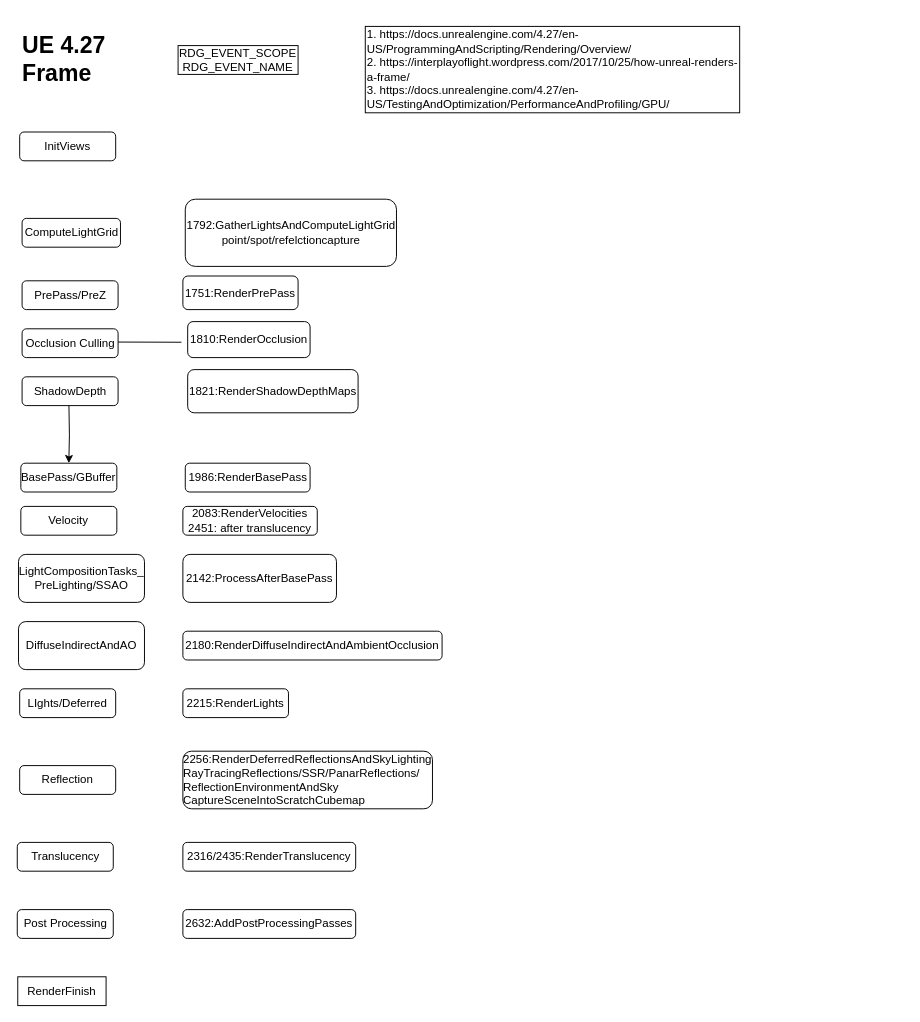
Earlier version of the draw.io diagram UE4Gram.drawio (cedarz/UE4Gram). Source tidied: cells renumbered, new cells numbered last; positions are measured from the earlier drawing's top-left corner, leaving out a move shared by most shapes. Both pictures are drawn from the tidied source at 96%, with x=0, y=0 at pixel (17, 26).
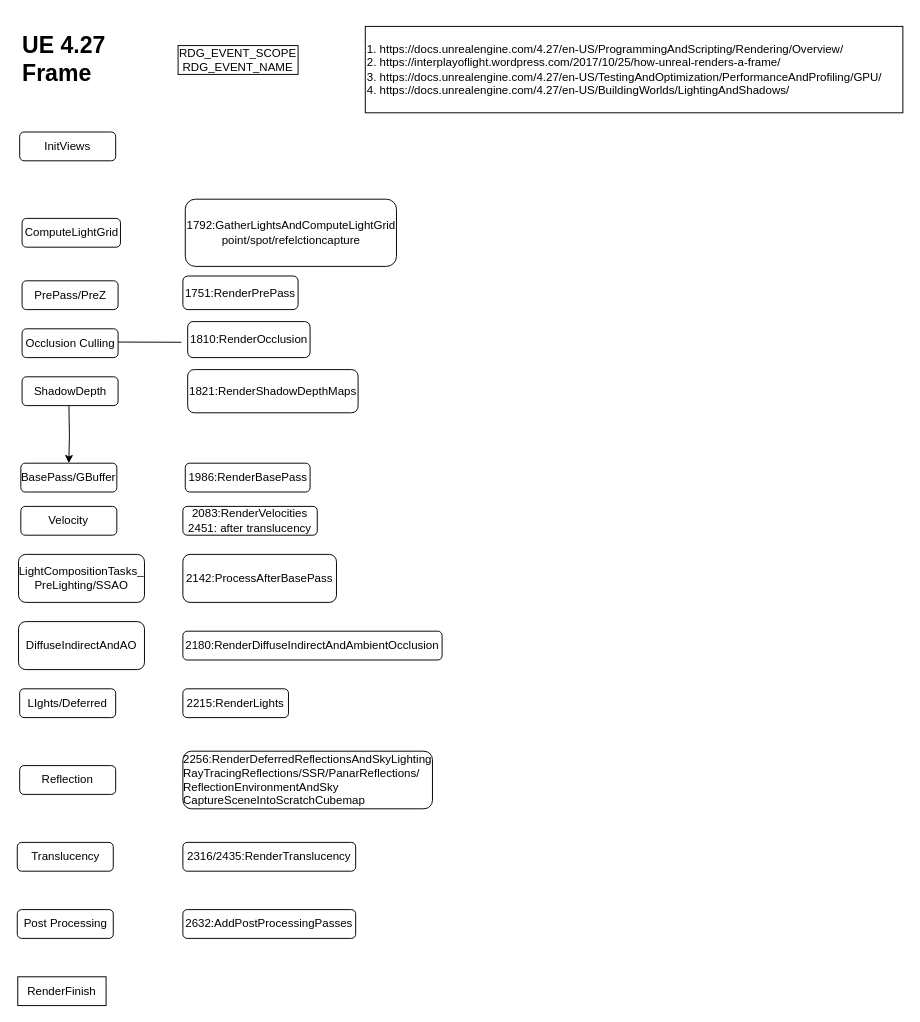
Above is the later version.

Change to the diagram source:
```diff
@@
-    <mxCell id="20" value="1.&amp;nbsp;https://docs.unrealengine.com/4.27/en-US/ProgrammingAndScripting/Rendering/Overview/&lt;br&gt;2.&amp;nbsp;https://interplayoflight.wordpress.com/2017/10/25/how-unreal-renders-a-frame/&lt;br&gt;3. https://docs.unrealengine.com/4.27/en-US/TestingAndOptimization/PerformanceAndProfiling/GPU/" style="rounded=0;whiteSpace=wrap;html=1;align=left;" parent="1" vertex="1">
-      <mxGeometry x="362" width="390" height="90" as="geometry" />
+    <mxCell id="20" value="1.&amp;nbsp;https://docs.unrealengine.com/4.27/en-US/ProgrammingAndScripting/Rendering/Overview/&lt;br&gt;2.&amp;nbsp;https://interplayoflight.wordpress.com/2017/10/25/how-unreal-renders-a-frame/&lt;br&gt;3. https://docs.unrealengine.com/4.27/en-US/TestingAndOptimization/PerformanceAndProfiling/GPU/&lt;br&gt;4.&amp;nbsp;https://docs.unrealengine.com/4.27/en-US/BuildingWorlds/LightingAndShadows/" style="rounded=0;whiteSpace=wrap;html=1;align=left;" parent="1" vertex="1">
+      <mxGeometry x="362" width="560" height="90" as="geometry" />
     </mxCell>
```
